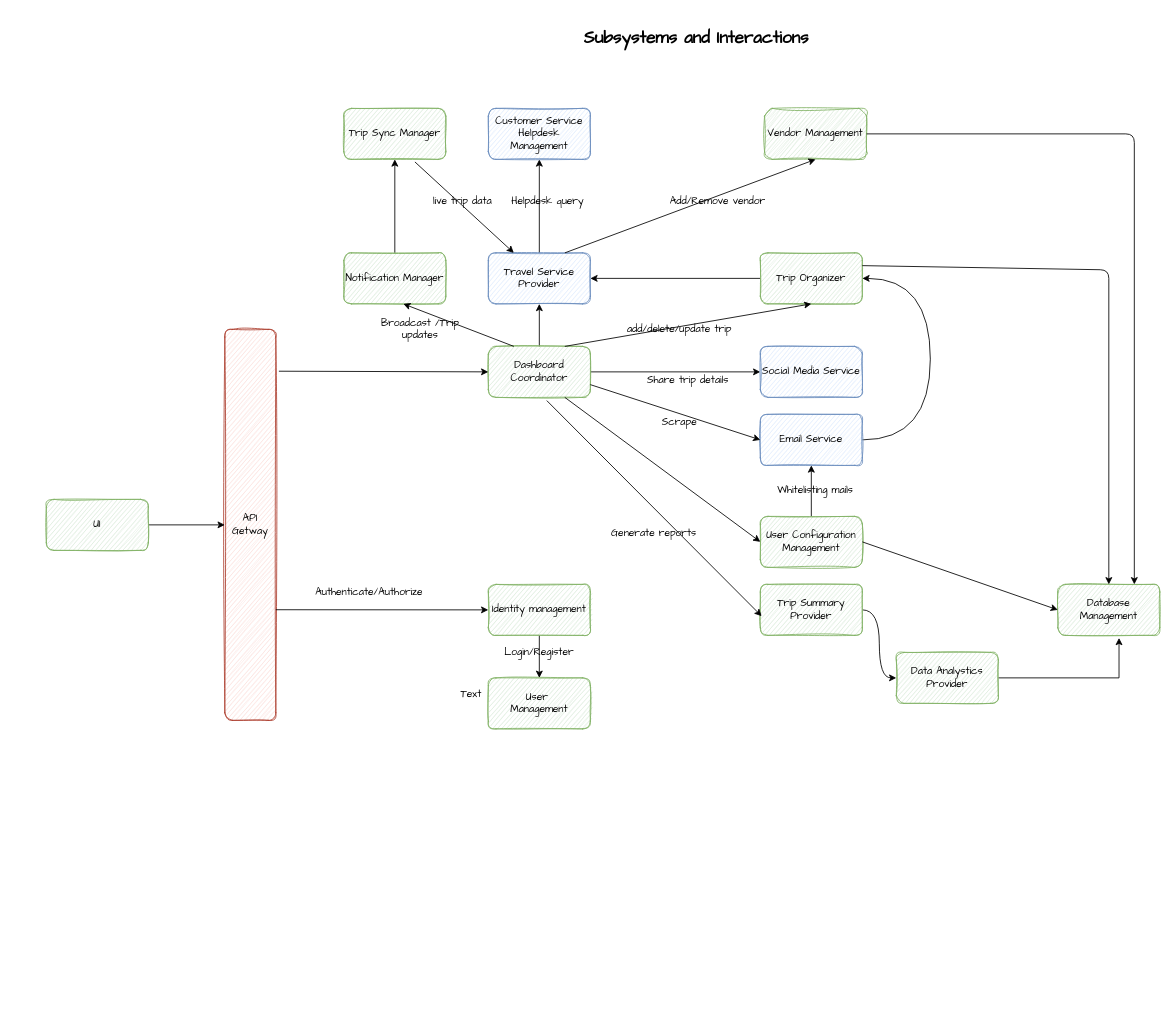
The draw.io diagram page "Subsystems and Interactions" (1 of 14) of .media/RoadWarrior_SubSystems.drawio in manu29585/ArchitectureKata, before the edit. Source tidied: cells renumbered, new cells numbered last; positions are measured from the earlier drawing's top-left corner, leaving out a move shared by most shapes. Both pictures are drawn from the tidied source at 85%, with x=0, y=0 at pixel (46, 14).
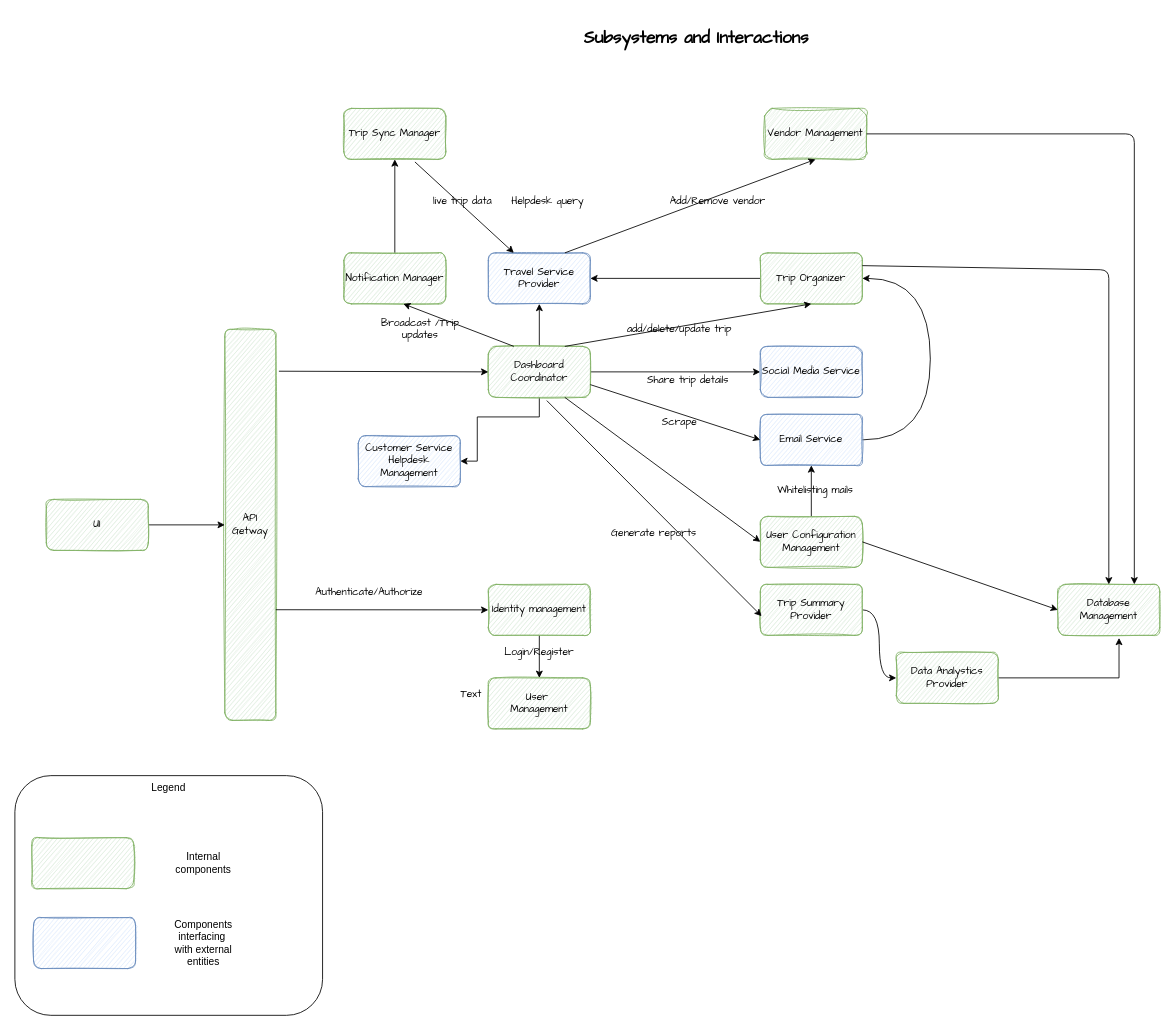
After the change.

Unchanged cells that the change refers to:
```xml
<mxCell id="4" value="Travel Service Provider" style="rounded=1;whiteSpace=wrap;html=1;shadow=0;sketch=1;fontFamily=Comic Sans MS;fontSize=12;fillColor=#dae8fc;strokeColor=#6c8ebf;" parent="1" vertex="1">
  <mxGeometry x="520" y="280" width="120" height="60" as="geometry" />
</mxCell>
<mxCell id="14" value="Dashboard&lt;br&gt;Coordinator" style="rounded=1;whiteSpace=wrap;html=1;shadow=0;sketch=1;fontFamily=Comic Sans MS;fontSize=12;fillColor=#d5e8d4;strokeColor=#82b366;" parent="1" vertex="1">
  <mxGeometry x="520" y="390" width="120" height="60" as="geometry" />
</mxCell>
```

Diff of the diagram source:
```diff
@@
-    <mxCell id="2" value="API Getway" style="rounded=1;whiteSpace=wrap;html=1;shadow=0;glass=0;sketch=1;fontFamily=Comic Sans MS;fillColor=#fad9d5;strokeColor=#ae4132;" parent="1" vertex="1">
+    <mxCell id="2" value="API Getway" style="rounded=1;whiteSpace=wrap;html=1;shadow=0;glass=0;sketch=1;fontFamily=Comic Sans MS;fillColor=#d5e8d4;strokeColor=#82b366;" parent="1" vertex="1">
       <mxGeometry x="210" y="370" width="60" height="460" as="geometry" />
     </mxCell>
-    <mxCell id="3" style="edgeStyle=orthogonalEdgeStyle;rounded=0;jettySize=auto;html=1;entryX=0.5;entryY=1;entryDx=0;entryDy=0;fontFamily=Comic Sans MS;fontSize=12;fontColor=#000000;" parent="1" edge="1" source="4" target="24">
-      <mxGeometry relative="1" as="geometry" />
-    </mxCell>
@@
+    <mxCell id="56" style="edgeStyle=orthogonalEdgeStyle;rounded=0;jettySize=auto;html=1;entryX=1;entryY=0.5;entryDx=0;entryDy=0;" parent="1" edge="1" source="14" target="24">
+      <mxGeometry relative="1" as="geometry">
+        <Array as="points">
+          <mxPoint x="580" y="473" />
+          <mxPoint x="507" y="473" />
+          <mxPoint x="507" y="525" />
+        </Array>
+      </mxGeometry>
+    </mxCell>
@@
     <mxCell id="24" value="Customer Service Helpdesk Management" style="rounded=1;whiteSpace=wrap;html=1;shadow=0;sketch=1;fontFamily=Comic Sans MS;fontSize=12;fillColor=#dae8fc;strokeColor=#6c8ebf;" parent="1" vertex="1">
-      <mxGeometry x="520" y="110" width="120" height="60" as="geometry" />
+      <mxGeometry x="367" y="495" width="120" height="60" as="geometry" />
     </mxCell>
@@
+    <mxCell id="57" value="Legend" style="rounded=1;whiteSpace=wrap;html=1;verticalAlign=top;" parent="1" vertex="1">
+      <mxGeometry x="-37" y="895" width="362" height="282" as="geometry" />
+    </mxCell>
+    <mxCell id="58" style="rounded=1;whiteSpace=wrap;html=1;shadow=0;sketch=1;fontFamily=Comic Sans MS;fontSize=12;fillColor=#d5e8d4;strokeColor=#82b366;" parent="1" vertex="1">
+      <mxGeometry x="-17" y="968" width="120" height="60" as="geometry" />
+    </mxCell>
+    <mxCell id="59" style="rounded=1;whiteSpace=wrap;html=1;shadow=0;sketch=1;fontFamily=Comic Sans MS;fontSize=12;fillColor=#dae8fc;strokeColor=#6c8ebf;" parent="1" vertex="1">
+      <mxGeometry x="-15" y="1062" width="120" height="60" as="geometry" />
+    </mxCell>
+    <mxCell id="60" value="Internal components" style="text;html=1;strokeColor=none;fillColor=none;align=center;verticalAlign=middle;whiteSpace=wrap;rounded=0;" parent="1" vertex="1">
+      <mxGeometry x="155" y="983" width="60" height="30" as="geometry" />
+    </mxCell>
+    <mxCell id="61" value="&lt;div&gt;Components interfacing&amp;nbsp;&lt;/div&gt;&lt;div&gt;with external entities&lt;/div&gt;" style="text;html=1;strokeColor=none;fillColor=none;align=center;verticalAlign=middle;whiteSpace=wrap;rounded=0;" parent="1" vertex="1">
+      <mxGeometry x="155" y="1077" width="60" height="30" as="geometry" />
+    </mxCell>
```
